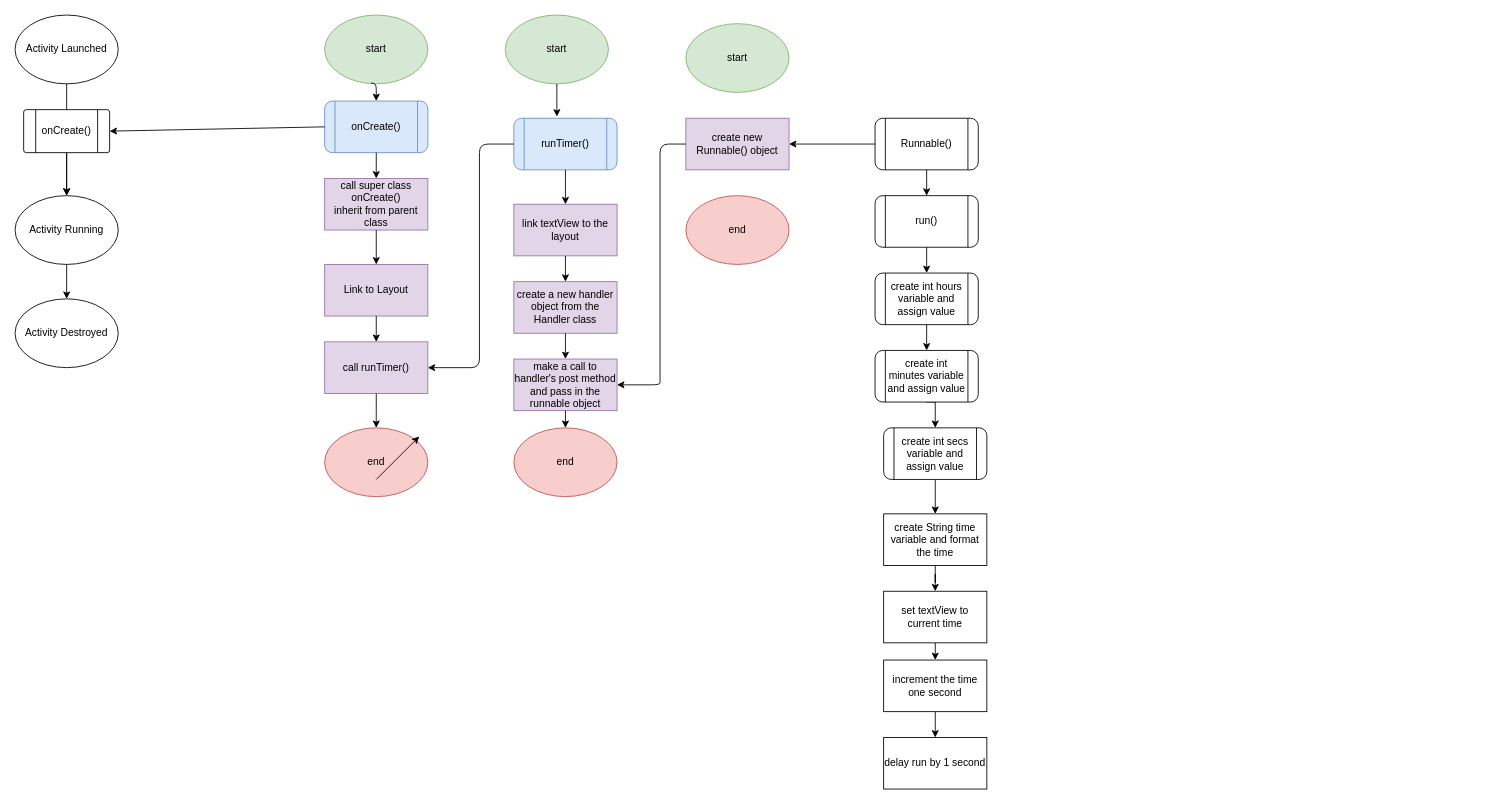
LydiaPorter/AppDev keeps this draw.io diagram as activity lifecycle.drawio. Above is the earlier version. Source tidied: cells renumbered, new cells numbered last; positions are measured from the earlier drawing's top-left corner, leaving out a move shared by most shapes. Both pictures are drawn from the tidied source at 86%, with x=0, y=0 at pixel (15, 15).
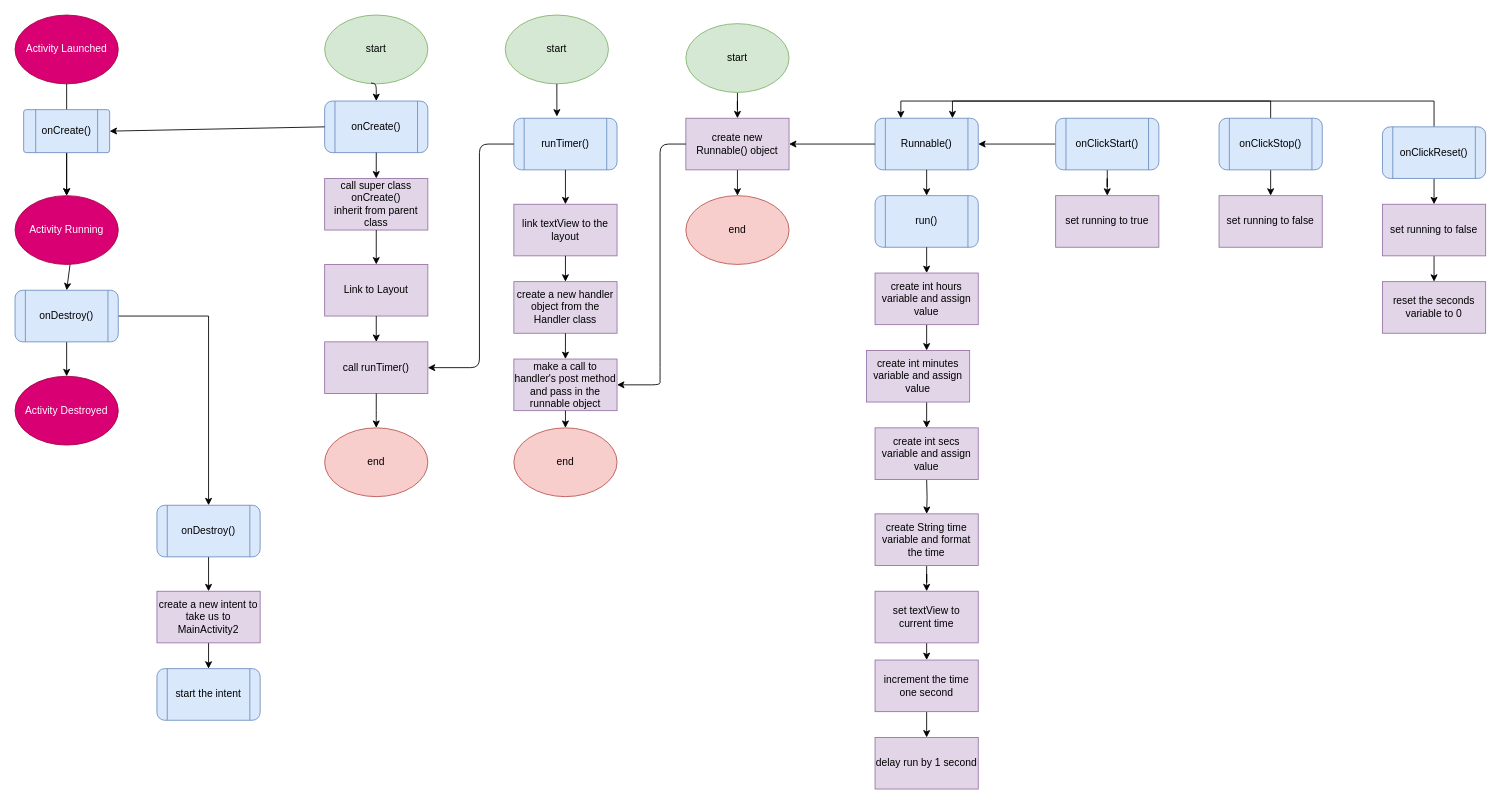
Above is the later version.

Unchanged cells that the change refers to:
```xml
<mxCell id="32" value="start" style="ellipse;whiteSpace=wrap;html=1;rounded=1;fillColor=#d5e8d4;strokeColor=#82b366;" parent="1" vertex="1">
  <mxGeometry x="780" y="10" width="120" height="80" as="geometry" />
</mxCell>
<mxCell id="34" value="create new Runnable() object" style="rounded=0;whiteSpace=wrap;html=1;fillColor=#e1d5e7;strokeColor=#9673a6;" parent="1" vertex="1">
  <mxGeometry x="780" y="120" width="120" height="60" as="geometry" />
</mxCell>
<mxCell id="37" value="end" style="ellipse;whiteSpace=wrap;html=1;rounded=1;fillColor=#f8cecc;strokeColor=#b85450;" parent="1" vertex="1">
  <mxGeometry x="780" y="210" width="120" height="80" as="geometry" />
</mxCell>
```

What changed in the source:
```diff
@@
-    <mxCell id="2" value="Activity Launched" style="ellipse;whiteSpace=wrap;html=1;" parent="1" vertex="1">
+    <mxCell id="2" value="Activity Launched" style="ellipse;whiteSpace=wrap;html=1;fillColor=#d80073;strokeColor=#A50040;fontColor=#ffffff;" parent="1" vertex="1">
       <mxGeometry width="120" height="80" as="geometry" />
     </mxCell>
-    <mxCell id="3" value="Activity Running" style="ellipse;whiteSpace=wrap;html=1;" parent="1" vertex="1">
+    <mxCell id="3" value="Activity Running" style="ellipse;whiteSpace=wrap;html=1;fillColor=#d80073;strokeColor=#A50040;fontColor=#ffffff;" parent="1" vertex="1">
       <mxGeometry y="210" width="120" height="80" as="geometry" />
     </mxCell>
@@
-    <mxCell id="5" value="Activity Destroyed" style="ellipse;whiteSpace=wrap;html=1;" parent="1" vertex="1">
-      <mxGeometry y="330" width="120" height="80" as="geometry" />
+    <mxCell id="5" value="Activity Destroyed" style="ellipse;whiteSpace=wrap;html=1;fillColor=#d80073;strokeColor=#A50040;fontColor=#ffffff;" parent="1" vertex="1">
+      <mxGeometry y="420" width="120" height="80" as="geometry" />
     </mxCell>
-    <mxCell id="6" style="endArrow=classic;html=1;" parent="1" edge="1" source="3" target="5">
+    <mxCell id="6" style="endArrow=classic;html=1;" parent="1" edge="1" source="59" target="5">
       <mxGeometry relative="1" as="geometry" />
     </mxCell>
@@
-    <mxCell id="8" value="onCreate()" style="verticalLabelPosition=middle;verticalAlign=middle;html=1;shape=process;whiteSpace=wrap;rounded=1;size=0.14;arcSize=6;labelPosition=center;align=center;" parent="1" vertex="1">
+    <mxCell id="8" value="onCreate()" style="verticalLabelPosition=middle;verticalAlign=middle;html=1;shape=process;whiteSpace=wrap;rounded=1;size=0.14;arcSize=6;labelPosition=center;align=center;fillColor=#dae8fc;strokeColor=#6c8ebf;" parent="1" vertex="1">
       <mxGeometry x="10" y="110" width="100" height="50" as="geometry" />
     </mxCell>
@@
+    <mxCell id="56" style="edgeStyle=orthogonalEdgeStyle;rounded=0;jettySize=auto;html=1;exitX=0.5;exitY=1;exitDx=0;exitDy=0;" parent="1" edge="1" source="32" target="34">
+      <mxGeometry relative="1" as="geometry" />
+    </mxCell>
@@
+    <mxCell id="57" style="edgeStyle=orthogonalEdgeStyle;rounded=0;jettySize=auto;html=1;exitX=0.5;exitY=1;exitDx=0;exitDy=0;entryX=0.5;entryY=0;entryDx=0;entryDy=0;" parent="1" edge="1" source="34" target="37">
+      <mxGeometry relative="1" as="geometry" />
+    </mxCell>
@@
-    <mxCell id="35" style="endArrow=classic;html=1;" parent="1" edge="1">
-      <mxGeometry relative="1" as="geometry">
-        <mxPoint x="420" y="540" as="sourcePoint" />
-        <mxPoint x="470" y="490" as="targetPoint" />
-      </mxGeometry>
-    </mxCell>
@@
-    <mxCell id="38" value="Runnable()" style="shape=process;whiteSpace=wrap;html=1;backgroundOutline=1;rounded=1;" parent="1" vertex="1">
+    <mxCell id="38" value="Runnable()" style="shape=process;whiteSpace=wrap;html=1;backgroundOutline=1;rounded=1;fillColor=#dae8fc;strokeColor=#6c8ebf;" parent="1" vertex="1">
       <mxGeometry x="1000" y="120" width="120" height="60" as="geometry" />
     </mxCell>
-    <mxCell id="39" value="run()" style="shape=process;whiteSpace=wrap;html=1;backgroundOutline=1;rounded=1;" parent="1" vertex="1">
+    <mxCell id="39" value="run()" style="shape=process;whiteSpace=wrap;html=1;backgroundOutline=1;rounded=1;fillColor=#dae8fc;strokeColor=#6c8ebf;" parent="1" vertex="1">
       <mxGeometry x="1000" y="210" width="120" height="60" as="geometry" />
     </mxCell>
@@
-    <mxCell id="42" value="create int hours variable and assign value" style="shape=process;whiteSpace=wrap;html=1;backgroundOutline=1;rounded=1;" parent="1" vertex="1">
-      <mxGeometry x="1000" y="300" width="120" height="60" as="geometry" />
-    </mxCell>
-    <mxCell id="43" style="endArrow=classic;html=1;entryX=0.5;entryY=0;entryDx=0;entryDy=0;exitX=0.5;exitY=1;exitDx=0;exitDy=0;" parent="1" edge="1" source="39" target="42">
-      <mxGeometry relative="1" as="geometry" />
+    <mxCell id="43" style="endArrow=classic;html=1;entryX=0.5;entryY=0;entryDx=0;entryDy=0;exitX=0.5;exitY=1;exitDx=0;exitDy=0;" parent="1" edge="1" source="39">
+      <mxGeometry relative="1" as="geometry">
+        <mxPoint x="1060" y="300" as="targetPoint" />
+      </mxGeometry>
     </mxCell>
-    <mxCell id="44" style="edgeStyle=orthogonalEdgeStyle;rounded=0;jettySize=auto;html=1;exitX=0.5;exitY=1;exitDx=0;exitDy=0;entryX=0.5;entryY=0;entryDx=0;entryDy=0;" parent="1" edge="1" source="45" target="47">
-      <mxGeometry relative="1" as="geometry" />
+    <mxCell id="44" style="edgeStyle=orthogonalEdgeStyle;rounded=0;orthogonalLoop=1;jettySize=auto;html=1;exitX=0.5;exitY=1;exitDx=0;exitDy=0;entryX=0.5;entryY=0;entryDx=0;entryDy=0;" parent="1" edge="1">
+      <mxGeometry relative="1" as="geometry">
+        <mxPoint x="1060" y="450" as="sourcePoint" />
+        <mxPoint x="1060" y="480" as="targetPoint" />
+      </mxGeometry>
     </mxCell>
-    <mxCell id="45" value="create int minutes variable and assign value" style="shape=process;whiteSpace=wrap;html=1;backgroundOutline=1;rounded=1;" parent="1" vertex="1">
-      <mxGeometry x="1000" y="390" width="120" height="60" as="geometry" />
-    </mxCell>
-    <mxCell id="46" style="edgeStyle=orthogonalEdgeStyle;rounded=0;jettySize=auto;html=1;exitX=0.5;exitY=1;exitDx=0;exitDy=0;" parent="1" edge="1" source="47" target="50">
-      <mxGeometry relative="1" as="geometry" />
+    <mxCell id="46" style="edgeStyle=orthogonalEdgeStyle;rounded=0;jettySize=auto;html=1;exitX=0.5;exitY=1;exitDx=0;exitDy=0;" parent="1" edge="1" target="50">
+      <mxGeometry relative="1" as="geometry">
+        <mxPoint x="1060" y="540" as="sourcePoint" />
+      </mxGeometry>
     </mxCell>
-    <mxCell id="47" value="create int secs variable and assign value" style="shape=process;whiteSpace=wrap;html=1;backgroundOutline=1;rounded=1;" parent="1" vertex="1">
-      <mxGeometry x="1010" y="480" width="120" height="60" as="geometry" />
-    </mxCell>
-    <mxCell id="48" style="endArrow=classic;html=1;" parent="1" edge="1" source="42" target="45">
-      <mxGeometry relative="1" as="geometry" />
+    <mxCell id="48" style="endArrow=classic;html=1;" parent="1" edge="1">
+      <mxGeometry relative="1" as="geometry">
+        <mxPoint x="1060" y="360" as="sourcePoint" />
+        <mxPoint x="1060" y="390" as="targetPoint" />
+      </mxGeometry>
     </mxCell>
@@
-    <mxCell id="50" value="create String time variable and format the time" style="rounded=0;whiteSpace=wrap;html=1;" parent="1" vertex="1">
-      <mxGeometry x="1010" y="580" width="120" height="60" as="geometry" />
+    <mxCell id="50" value="create String time variable and format the time" style="rounded=0;whiteSpace=wrap;html=1;fillColor=#e1d5e7;strokeColor=#9673a6;" parent="1" vertex="1">
+      <mxGeometry x="1000" y="580" width="120" height="60" as="geometry" />
     </mxCell>
@@
-    <mxCell id="52" value="set textView to current time" style="rounded=0;whiteSpace=wrap;html=1;" parent="1" vertex="1">
-      <mxGeometry x="1010" y="670" width="120" height="60" as="geometry" />
+    <mxCell id="52" value="set textView to current time" style="rounded=0;whiteSpace=wrap;html=1;fillColor=#e1d5e7;strokeColor=#9673a6;" parent="1" vertex="1">
+      <mxGeometry x="1000" y="670" width="120" height="60" as="geometry" />
     </mxCell>
@@
-    <mxCell id="54" value="increment the time one second" style="rounded=0;whiteSpace=wrap;html=1;" parent="1" vertex="1">
-      <mxGeometry x="1010" y="750" width="120" height="60" as="geometry" />
+    <mxCell id="54" value="increment the time one second" style="rounded=0;whiteSpace=wrap;html=1;fillColor=#e1d5e7;strokeColor=#9673a6;" parent="1" vertex="1">
+      <mxGeometry x="1000" y="750" width="120" height="60" as="geometry" />
     </mxCell>
-    <mxCell id="55" value="delay run by 1 second" style="rounded=0;whiteSpace=wrap;html=1;" parent="1" vertex="1">
-      <mxGeometry x="1010" y="840" width="120" height="60" as="geometry" />
+    <mxCell id="55" value="delay run by 1 second" style="rounded=0;whiteSpace=wrap;html=1;fillColor=#e1d5e7;strokeColor=#9673a6;" parent="1" vertex="1">
+      <mxGeometry x="1000" y="840" width="120" height="60" as="geometry" />
     </mxCell>
+    <mxCell id="58" style="edgeStyle=orthogonalEdgeStyle;rounded=0;jettySize=auto;html=1;exitX=1;exitY=0.5;exitDx=0;exitDy=0;entryX=0.5;entryY=0;entryDx=0;entryDy=0;" parent="1" edge="1" source="59" target="76">
+      <mxGeometry relative="1" as="geometry" />
+    </mxCell>
+    <mxCell id="59" value="onDestroy()" style="shape=process;whiteSpace=wrap;html=1;backgroundOutline=1;rounded=1;fillColor=#dae8fc;strokeColor=#6c8ebf;" parent="1" vertex="1">
+      <mxGeometry y="320" width="120" height="60" as="geometry" />
+    </mxCell>
+    <mxCell id="60" style="endArrow=classic;html=1;" parent="1" edge="1" source="3" target="59">
+      <mxGeometry relative="1" as="geometry" />
+    </mxCell>
+    <mxCell id="61" style="edgeStyle=orthogonalEdgeStyle;rounded=0;jettySize=auto;html=1;exitX=0;exitY=0.5;exitDx=0;exitDy=0;entryX=1;entryY=0.5;entryDx=0;entryDy=0;" parent="1" edge="1" source="63" target="38">
+      <mxGeometry relative="1" as="geometry" />
+    </mxCell>
+    <mxCell id="62" style="edgeStyle=orthogonalEdgeStyle;rounded=0;jettySize=auto;html=1;exitX=0.5;exitY=1;exitDx=0;exitDy=0;" parent="1" edge="1" source="63" target="64">
+      <mxGeometry relative="1" as="geometry" />
+    </mxCell>
+    <mxCell id="63" value="onClickStart()" style="shape=process;whiteSpace=wrap;html=1;backgroundOutline=1;rounded=1;fillColor=#dae8fc;strokeColor=#6c8ebf;" parent="1" vertex="1">
+      <mxGeometry x="1210" y="120" width="120" height="60" as="geometry" />
+    </mxCell>
+    <mxCell id="64" value="set running to true" style="rounded=0;whiteSpace=wrap;html=1;fillColor=#e1d5e7;strokeColor=#9673a6;" parent="1" vertex="1">
+      <mxGeometry x="1210" y="210" width="120" height="60" as="geometry" />
+    </mxCell>
+    <mxCell id="65" style="edgeStyle=orthogonalEdgeStyle;rounded=0;jettySize=auto;html=1;exitX=0.5;exitY=1;exitDx=0;exitDy=0;entryX=0.5;entryY=0;entryDx=0;entryDy=0;" parent="1" edge="1" source="67" target="68">
+      <mxGeometry relative="1" as="geometry" />
+    </mxCell>
+    <mxCell id="66" style="edgeStyle=orthogonalEdgeStyle;rounded=0;jettySize=auto;html=1;exitX=0.5;exitY=0;exitDx=0;exitDy=0;entryX=0.75;entryY=0;entryDx=0;entryDy=0;" parent="1" edge="1" source="67" target="38">
+      <mxGeometry relative="1" as="geometry" />
+    </mxCell>
+    <mxCell id="67" value="onClickStop()" style="shape=process;whiteSpace=wrap;html=1;backgroundOutline=1;rounded=1;fillColor=#dae8fc;strokeColor=#6c8ebf;" parent="1" vertex="1">
+      <mxGeometry x="1400" y="120" width="120" height="60" as="geometry" />
+    </mxCell>
+    <mxCell id="68" value="set running to false" style="rounded=0;whiteSpace=wrap;html=1;fillColor=#e1d5e7;strokeColor=#9673a6;" parent="1" vertex="1">
+      <mxGeometry x="1400" y="210" width="120" height="60" as="geometry" />
+    </mxCell>
+    <mxCell id="69" style="edgeStyle=orthogonalEdgeStyle;rounded=0;jettySize=auto;html=1;exitX=0.5;exitY=1;exitDx=0;exitDy=0;entryX=0.5;entryY=0;entryDx=0;entryDy=0;" parent="1" edge="1" source="71" target="73">
+      <mxGeometry relative="1" as="geometry" />
+    </mxCell>
+    <mxCell id="70" style="edgeStyle=orthogonalEdgeStyle;rounded=0;jettySize=auto;html=1;exitX=0.5;exitY=0;exitDx=0;exitDy=0;entryX=0.25;entryY=0;entryDx=0;entryDy=0;" parent="1" edge="1" source="71" target="38">
+      <mxGeometry relative="1" as="geometry" />
+    </mxCell>
+    <mxCell id="71" value="onClickReset()" style="shape=process;whiteSpace=wrap;html=1;backgroundOutline=1;rounded=1;fillColor=#dae8fc;strokeColor=#6c8ebf;" parent="1" vertex="1">
+      <mxGeometry x="1590" y="130" width="120" height="60" as="geometry" />
+    </mxCell>
+    <mxCell id="72" style="edgeStyle=orthogonalEdgeStyle;rounded=0;jettySize=auto;html=1;exitX=0.5;exitY=1;exitDx=0;exitDy=0;entryX=0.5;entryY=0;entryDx=0;entryDy=0;" parent="1" edge="1" source="73" target="74">
+      <mxGeometry relative="1" as="geometry" />
+    </mxCell>
+    <mxCell id="73" value="set running to false" style="rounded=0;whiteSpace=wrap;html=1;fillColor=#e1d5e7;strokeColor=#9673a6;" parent="1" vertex="1">
+      <mxGeometry x="1590" y="220" width="120" height="60" as="geometry" />
+    </mxCell>
+    <mxCell id="74" value="reset the seconds variable to 0" style="rounded=0;whiteSpace=wrap;html=1;fillColor=#e1d5e7;strokeColor=#9673a6;" parent="1" vertex="1">
+      <mxGeometry x="1590" y="310" width="120" height="60" as="geometry" />
+    </mxCell>
+    <mxCell id="75" style="edgeStyle=orthogonalEdgeStyle;rounded=0;jettySize=auto;html=1;exitX=0.5;exitY=1;exitDx=0;exitDy=0;entryX=0.5;entryY=0;entryDx=0;entryDy=0;" parent="1" edge="1" source="76" target="78">
+      <mxGeometry relative="1" as="geometry" />
+    </mxCell>
+    <mxCell id="76" value="onDestroy()" style="shape=process;whiteSpace=wrap;html=1;backgroundOutline=1;rounded=1;fillColor=#dae8fc;strokeColor=#6c8ebf;" parent="1" vertex="1">
+      <mxGeometry x="165" y="570" width="120" height="60" as="geometry" />
+    </mxCell>
+    <mxCell id="77" style="edgeStyle=orthogonalEdgeStyle;rounded=0;jettySize=auto;html=1;exitX=0.5;exitY=1;exitDx=0;exitDy=0;entryX=0.5;entryY=0;entryDx=0;entryDy=0;" parent="1" edge="1" source="78" target="79">
+      <mxGeometry relative="1" as="geometry" />
+    </mxCell>
+    <mxCell id="78" value="create a new intent to take us to MainActivity2" style="rounded=0;whiteSpace=wrap;html=1;fillColor=#e1d5e7;strokeColor=#9673a6;" parent="1" vertex="1">
+      <mxGeometry x="165" y="670" width="120" height="60" as="geometry" />
+    </mxCell>
+    <mxCell id="79" value="start the intent" style="shape=process;whiteSpace=wrap;html=1;backgroundOutline=1;rounded=1;fillColor=#dae8fc;strokeColor=#6c8ebf;" parent="1" vertex="1">
+      <mxGeometry x="165" y="760" width="120" height="60" as="geometry" />
+    </mxCell>
+    <mxCell id="42" value="create int hours variable and assign value" style="rounded=0;whiteSpace=wrap;html=1;fillColor=#e1d5e7;strokeColor=#9673a6;" parent="1" vertex="1">
+      <mxGeometry x="1000" y="300" width="120" height="60" as="geometry" />
+    </mxCell>
+    <mxCell id="45" value="create int minutes variable and assign value" style="rounded=0;whiteSpace=wrap;html=1;fillColor=#e1d5e7;strokeColor=#9673a6;" parent="1" vertex="1">
+      <mxGeometry x="990" y="390" width="120" height="60" as="geometry" />
+    </mxCell>
+    <mxCell id="47" value="create int secs variable and assign value" style="rounded=0;whiteSpace=wrap;html=1;fillColor=#e1d5e7;strokeColor=#9673a6;" parent="1" vertex="1">
+      <mxGeometry x="1000" y="480" width="120" height="60" as="geometry" />
+    </mxCell>
```
